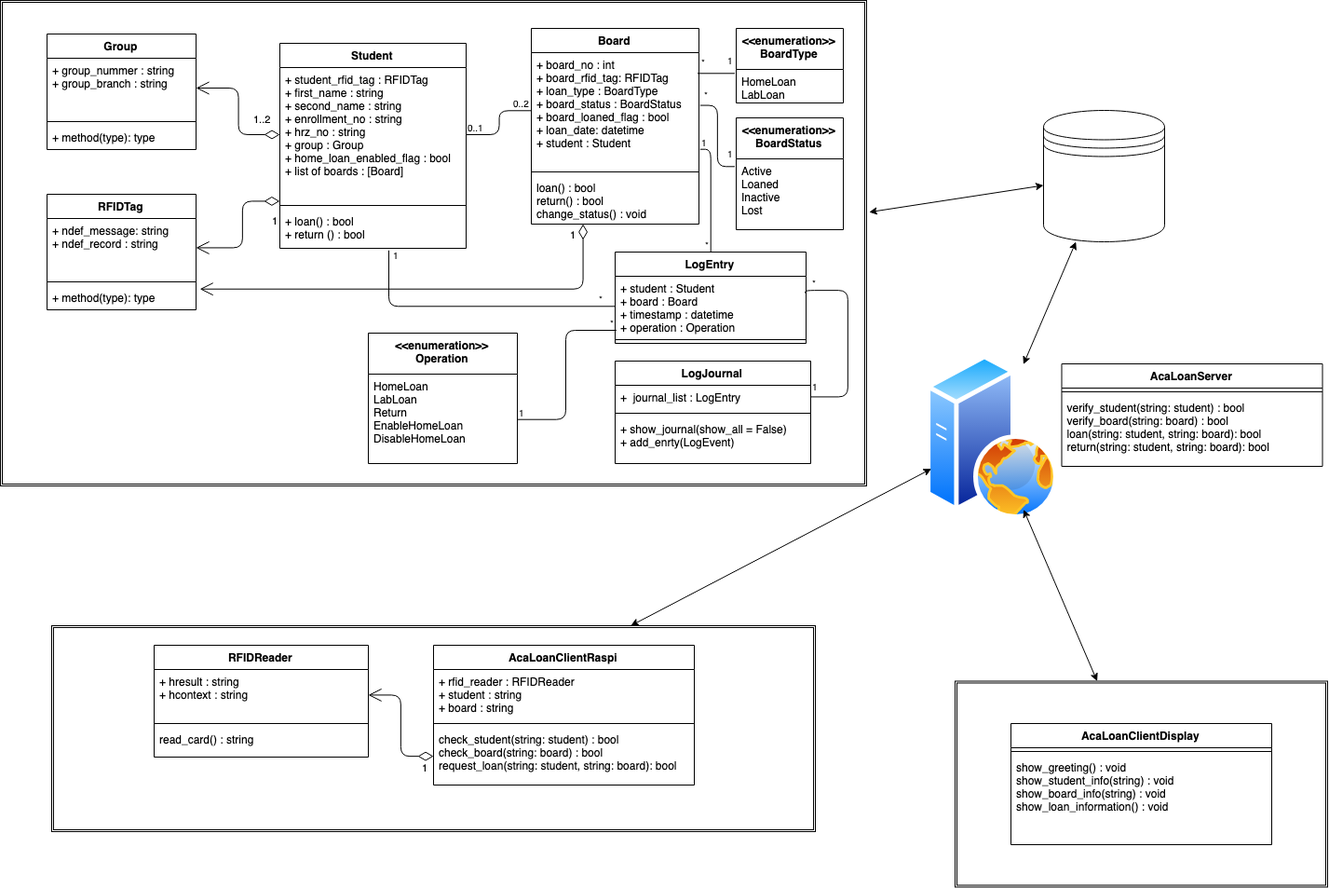
oleksa-oleksa/BachelorThesis_WebApp keeps this draw.io diagram as Bachelor_Thesis_LaTEX/gfx/Class_Diagram.png. Above is the earlier version. Source tidied: cells renumbered, new cells last; positions are measured from the earlier drawing's top-left corner, leaving out a move shared by most shapes.
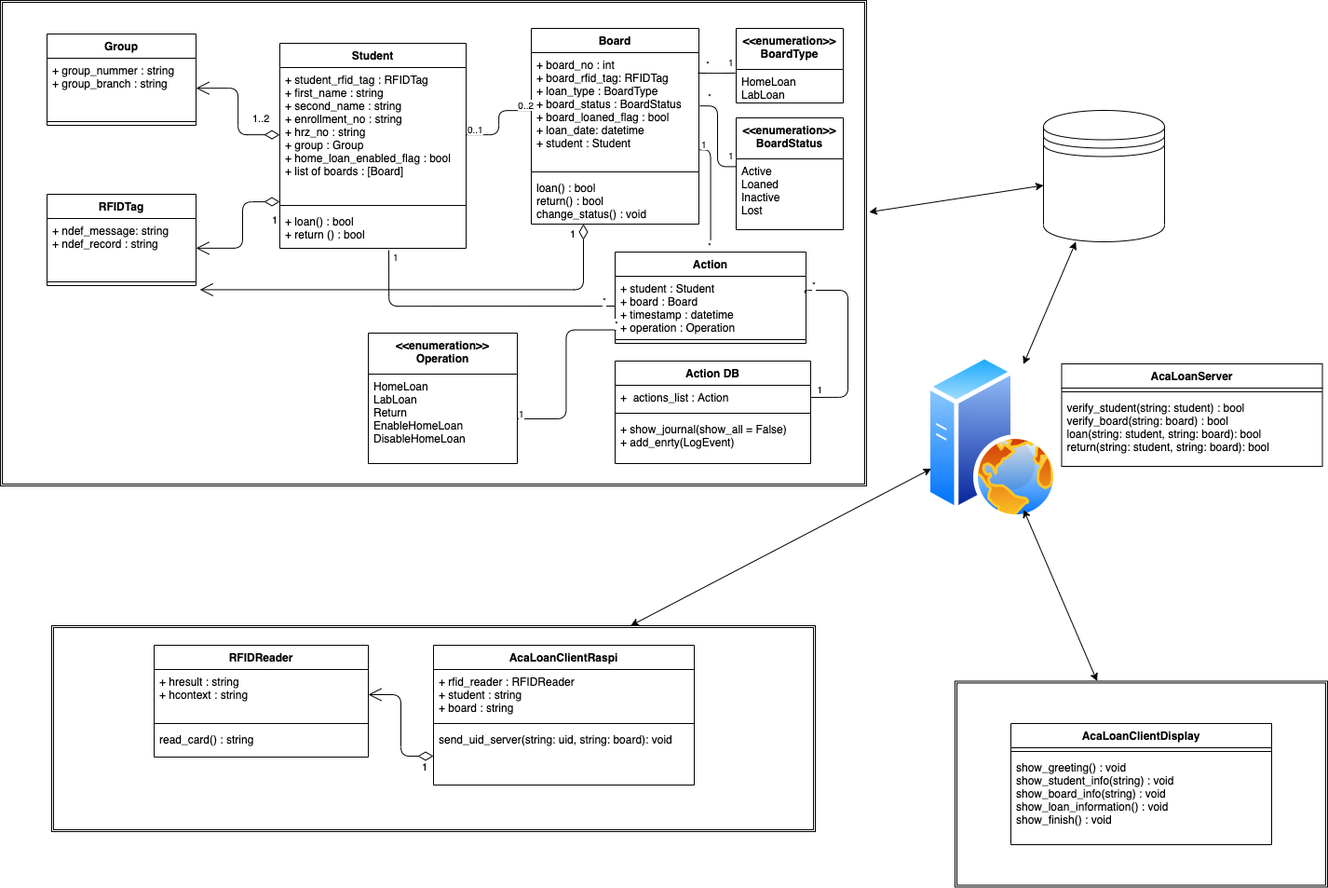
Above is the later version.

Commit message:
chapter 3. Sequence diagram. Added a picture of success scenarion for loan a lab board

Diff of the diagram source:
```diff
@@ -18,7 +18,7 @@
       <mxGeometry y="158" width="180" height="52" as="geometry" />
     </mxCell>
     <mxCell id="7" value="Group" style="swimlane;fontStyle=1;align=center;verticalAlign=top;horizontal=1;startSize=26;" parent="1" vertex="1">
-      <mxGeometry x="50" y="36" width="160" height="124" as="geometry" />
+      <mxGeometry x="50" y="36" width="160" height="98" as="geometry" />
     </mxCell>
     <mxCell id="8" value="+ group_nummer : string&#10;+ group_branch : string" style="text;strokeColor=none;fillColor=none;align=left;verticalAlign=top;spacingLeft=4;spacingRight=4;overflow=hidden;points=[[0,0.5],[1,0.5]];portConstraint=eastwest;" parent="7" vertex="1">
       <mxGeometry y="26" width="160" height="64" as="geometry" />
@@ -26,9 +26,6 @@
     <mxCell id="9" style="line;strokeWidth=1;fillColor=none;align=left;verticalAlign=middle;spacingTop=-1;spacingLeft=3;spacingRight=3;labelPosition=right;" parent="7" vertex="1">
       <mxGeometry y="90" width="160" height="8" as="geometry" />
     </mxCell>
-    <mxCell id="10" value="+ method(type): type" style="text;strokeColor=none;fillColor=none;align=left;verticalAlign=top;spacingLeft=4;spacingRight=4;overflow=hidden;" parent="7" vertex="1">
-      <mxGeometry y="98" width="160" height="26" as="geometry" />
-    </mxCell>
     <mxCell id="11" style="endArrow=none;html=1;edgeStyle=orthogonalEdgeStyle;" parent="1" edge="1" source="16" target="4">
       <mxGeometry relative="1" as="geometry" />
     </mxCell>
@@ -69,7 +66,7 @@
       <mxGeometry x="55" y="671" width="820" height="221" as="geometry" />
     </mxCell>
     <mxCell id="22" value="RFIDTag" style="swimlane;fontStyle=1;align=center;verticalAlign=top;horizontal=1;startSize=26;" parent="1" vertex="1">
-      <mxGeometry x="50" y="208" width="160" height="124" as="geometry" />
+      <mxGeometry x="50" y="208" width="160" height="98" as="geometry" />
     </mxCell>
     <mxCell id="23" value="+ ndef_message: string&#10;+ ndef_record : string" style="text;strokeColor=none;fillColor=none;align=left;verticalAlign=top;spacingLeft=4;spacingRight=4;overflow=hidden;points=[[0,0.5],[1,0.5]];portConstraint=eastwest;" parent="22" vertex="1">
       <mxGeometry y="26" width="160" height="64" as="geometry" />
@@ -77,11 +74,9 @@
     <mxCell id="24" style="line;strokeWidth=1;fillColor=none;align=left;verticalAlign=middle;spacingTop=-1;spacingLeft=3;spacingRight=3;labelPosition=right;" parent="22" vertex="1">
       <mxGeometry y="90" width="160" height="8" as="geometry" />
     </mxCell>
-    <mxCell id="25" value="+ method(type): type" style="text;strokeColor=none;fillColor=none;align=left;verticalAlign=top;spacingLeft=4;spacingRight=4;overflow=hidden;points=[[0,0.5],[1,0.5]];portConstraint=eastwest;" parent="22" vertex="1">
-      <mxGeometry y="98" width="160" height="26" as="geometry" />
-    </mxCell>
-    <mxCell id="26" value="1" style="endArrow=open;html=1;endSize=12;startArrow=diamondThin;startSize=14;startFill=0;edgeStyle=orthogonalEdgeStyle;align=left;verticalAlign=bottom;entryX=1.026;entryY=0.17;entryDx=0;entryDy=0;entryPerimeter=0;" parent="1" edge="1" source="6" target="25">
+    <mxCell id="26" value="1" style="endArrow=open;html=1;endSize=12;startArrow=diamondThin;startSize=14;startFill=0;edgeStyle=orthogonalEdgeStyle;align=left;verticalAlign=bottom;entryX=1.026;entryY=0.17;entryDx=0;entryDy=0;entryPerimeter=0;" parent="1" edge="1" source="6">
       <mxGeometry x="-0.91" y="-16" relative="1" as="geometry">
+        <mxPoint x="214.2" y="310.4" as="targetPoint" />
         <Array as="points">
           <mxPoint x="626" y="310" />
         </Array>
@@ -123,7 +118,7 @@
     <mxCell id="38" style="line;strokeWidth=1;fillColor=none;align=left;verticalAlign=middle;spacingTop=-1;spacingLeft=3;spacingRight=3;labelPosition=right;" parent="36" vertex="1">
       <mxGeometry y="80" width="280" height="8" as="geometry" />
     </mxCell>
-    <mxCell id="39" value="check_student(string: student) : bool&#10;check_board(string: board) : bool&#10;request_loan(string: student, string: board): bool" style="text;strokeColor=none;fillColor=none;align=left;verticalAlign=top;spacingLeft=4;spacingRight=4;overflow=hidden;points=[[0,0.5],[1,0.5]];portConstraint=eastwest;" parent="36" vertex="1">
+    <mxCell id="39" value="send_uid_server(string: uid, string: board): void" style="text;strokeColor=none;fillColor=none;align=left;verticalAlign=top;spacingLeft=4;spacingRight=4;overflow=hidden;points=[[0,0.5],[1,0.5]];portConstraint=eastwest;" parent="36" vertex="1">
       <mxGeometry y="88" width="280" height="62" as="geometry" />
     </mxCell>
     <mxCell id="40" value="AcaLoanServer" style="swimlane;fontStyle=1;align=center;verticalAlign=top;horizontal=1;startSize=26;" parent="1" vertex="1">
@@ -147,13 +142,13 @@
     <mxCell id="46" style="line;strokeWidth=1;fillColor=none;align=left;verticalAlign=middle;spacingTop=-1;spacingLeft=3;spacingRight=3;labelPosition=right;" parent="45" vertex="1">
       <mxGeometry y="26" width="280" height="8" as="geometry" />
     </mxCell>
-    <mxCell id="47" value="show_greeting() : void&#10;show_student_info(string) : void&#10;show_board_info(string) : void&#10;show_loan_information() : void" style="text;strokeColor=none;fillColor=none;align=left;verticalAlign=top;spacingLeft=4;spacingRight=4;overflow=hidden;" parent="45" vertex="1">
+    <mxCell id="47" value="show_greeting() : void&#10;show_student_info(string) : void&#10;show_board_info(string) : void&#10;show_loan_information() : void&#10;show_finish() : void" style="text;strokeColor=none;fillColor=none;align=left;verticalAlign=top;spacingLeft=4;spacingRight=4;overflow=hidden;" parent="45" vertex="1">
       <mxGeometry y="34" width="280" height="96" as="geometry" />
     </mxCell>
     <mxCell id="48" style="endArrow=classic;startArrow=classic;html=1;" parent="1" edge="1" source="44" target="33">
       <mxGeometry relative="1" as="geometry" />
     </mxCell>
-    <mxCell id="49" value="LogEntry" style="swimlane;fontStyle=1;align=center;verticalAlign=top;horizontal=1;startSize=26;" parent="1" vertex="1">
+    <mxCell id="49" value="Action" style="swimlane;fontStyle=1;align=center;verticalAlign=top;horizontal=1;startSize=26;" parent="1" vertex="1">
       <mxGeometry x="660" y="270" width="205" height="98" as="geometry" />
     </mxCell>
     <mxCell id="50" value="+ student : Student&#10;+ board : Board&#10;+ timestamp : datetime&#10;+ operation : Operation" style="text;strokeColor=none;fillColor=none;align=left;verticalAlign=top;spacingLeft=4;spacingRight=4;overflow=hidden;points=[[0,0.5],[1,0.5]];portConstraint=eastwest;" parent="49" vertex="1">
@@ -194,10 +189,10 @@
     <mxCell id="59" value="HomeLoan&#10;LabLoan&#10;Return&#10;EnableHomeLoan&#10;DisableHomeLoan" style="text;strokeColor=none;fillColor=none;align=left;verticalAlign=top;spacingLeft=4;spacingRight=4;overflow=hidden;points=[[0,0.5],[1,0.5]];portConstraint=eastwest;" parent="58" vertex="1">
       <mxGeometry y="44" width="160" height="96" as="geometry" />
     </mxCell>
-    <mxCell id="60" value="LogJournal" style="swimlane;fontStyle=1;align=center;verticalAlign=top;horizontal=1;startSize=26;" parent="1" vertex="1">
+    <mxCell id="60" value="Action DB" style="swimlane;fontStyle=1;align=center;verticalAlign=top;horizontal=1;startSize=26;" parent="1" vertex="1">
       <mxGeometry x="660" y="387" width="210" height="110" as="geometry" />
     </mxCell>
-    <mxCell id="61" value="+  journal_list : LogEntry" style="text;strokeColor=none;fillColor=none;align=left;verticalAlign=top;spacingLeft=4;spacingRight=4;overflow=hidden;points=[[0,0.5],[1,0.5]];portConstraint=eastwest;" parent="60" vertex="1">
+    <mxCell id="61" value="+  actions_list : Action" style="text;strokeColor=none;fillColor=none;align=left;verticalAlign=top;spacingLeft=4;spacingRight=4;overflow=hidden;points=[[0,0.5],[1,0.5]];portConstraint=eastwest;" parent="60" vertex="1">
       <mxGeometry y="26" width="210" height="26" as="geometry" />
     </mxCell>
     <mxCell id="62" style="line;strokeWidth=1;fillColor=none;align=left;verticalAlign=middle;spacingTop=-1;spacingLeft=3;spacingRight=3;labelPosition=right;" parent="60" vertex="1">
```
